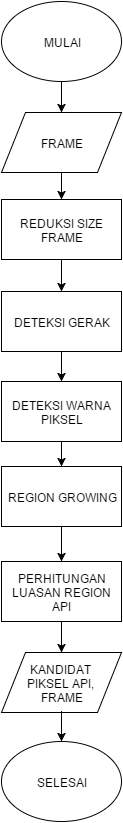
This is source/Proprocessing.png from hamdimuzakkiy/bukuTA, a draw.io export, as it was before one commit. Source tidied: cells renumbered, new cells last; positions are measured from the earlier drawing's top-left corner, leaving out a move shared by most shapes.
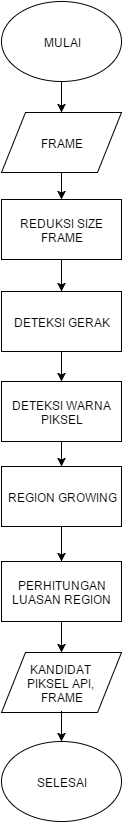
Later version of the same file.

What changed in the source:
```diff
@@ -35,7 +35,7 @@
     <mxCell id="12" style="edgeStyle=orthogonalEdgeStyle;rounded=0;html=1;jettySize=auto;fillColor=#ffffff;strokeColor=#000000;" parent="1" edge="1" source="9" target="11">
       <mxGeometry relative="1" as="geometry" />
     </mxCell>
-    <mxCell id="13" value="PERHITUNGAN LUASAN REGION API" style="whiteSpace=wrap;html=1;fillColor=#ffffff;strokeColor=#000000;" parent="1" vertex="1">
+    <mxCell id="13" value="PERHITUNGAN LUASAN REGION" style="whiteSpace=wrap;html=1;fillColor=#ffffff;strokeColor=#000000;" parent="1" vertex="1">
       <mxGeometry y="560" width="120" height="60" as="geometry" />
     </mxCell>
     <mxCell id="14" style="edgeStyle=orthogonalEdgeStyle;rounded=0;html=1;jettySize=auto;fillColor=#ffffff;strokeColor=#000000;" parent="1" edge="1" source="11" target="13">
```
